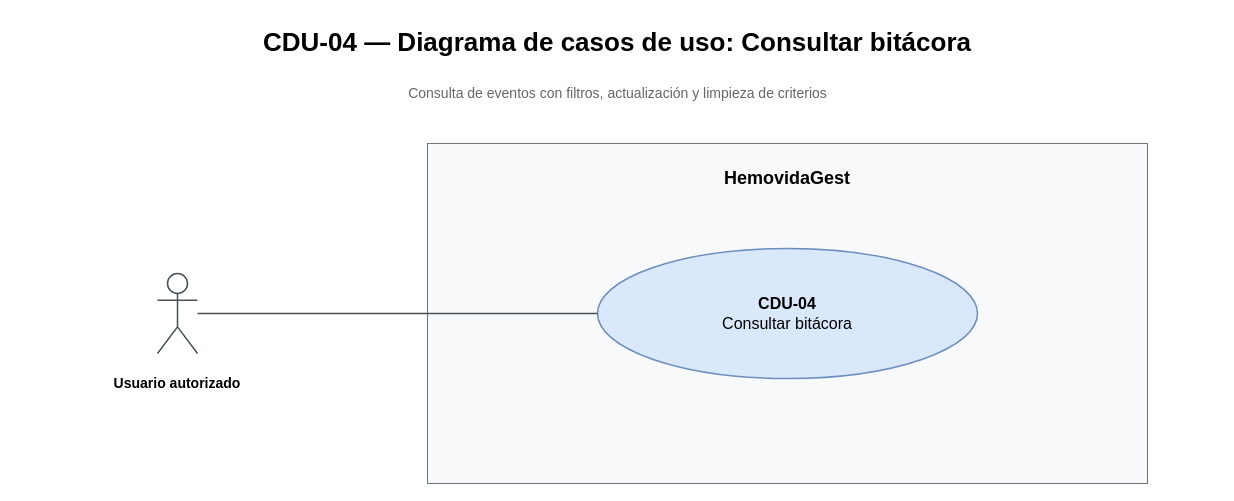
juanNH/Ingenieria-de-Software keeps this draw.io diagram as Diagramas/Casos de Uso/T06a - CDU-04 - Consultar bitácora - Casos de uso.drawio. Above is the earlier version. Source tidied: cells renumbered, new cells numbered last; positions are measured from the earlier drawing's top-left corner, leaving out a move shared by most shapes. Both pictures are drawn from the tidied source at 100%, with x=0, y=0 at pixel (17, 17).
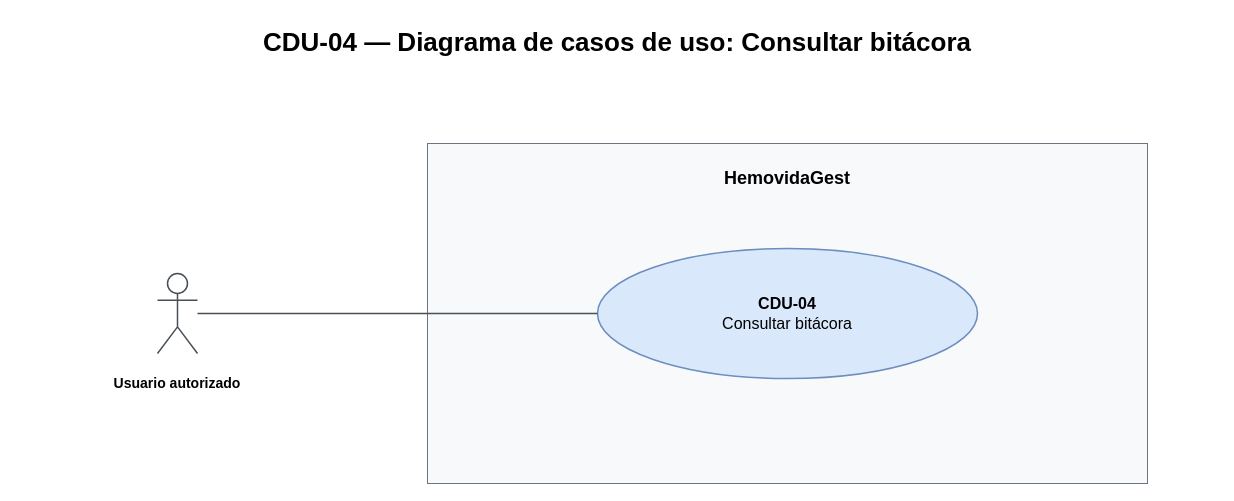
Above is the later version.

Change to the diagram source:
```diff
@@
 <mxGraphModel>
   <root>
     <mxCell id="0" />
     <mxCell id="1" parent="0" />
     <mxCell id="2" value="&lt;b&gt;HemovidaGest&lt;/b&gt;" style="rounded=0;whiteSpace=wrap;html=1;fillColor=#f8f9fa;strokeColor=#6c757d;verticalAlign=top;spacingTop=18;fontSize=18;fontFamily=Arial;" parent="1" vertex="1">
       <mxGeometry x="410" y="126" width="720" height="340" as="geometry" />
     </mxCell>
     <mxCell id="3" value="CDU-04 — Diagrama de casos de uso: Consultar bitácora" style="text;html=1;whiteSpace=wrap;strokeColor=none;fillColor=none;fontFamily=Arial;fontSize=26;fontStyle=1;align=center;verticalAlign=middle;" parent="1" vertex="1">
       <mxGeometry width="1200" height="50" as="geometry" />
     </mxCell>
-    <mxCell id="4" value="Consulta de eventos con filtros, actualización y limpieza de criterios" style="text;html=1;strokeColor=none;fillColor=none;fontSize=14;align=center;verticalAlign=middle;fontColor=#666666;fontFamily=Arial;" parent="1" vertex="1">
-      <mxGeometry x="40" y="60" width="1120" height="32" as="geometry" />
-    </mxCell>
     <mxCell id="5" value="&lt;b&gt;CDU-04&lt;/b&gt;&lt;br&gt;Consultar bitácora" style="ellipse;whiteSpace=wrap;html=1;fillColor=#dae8fc;strokeColor=#6c8ebf;strokeWidth=1.5;fontSize=16;fontFamily=Arial;align=center;verticalAlign=middle;" parent="1" vertex="1">
       <mxGeometry x="580" y="231" width="380" height="130" as="geometry" />
     </mxCell>
     <mxCell id="6" style="shape=umlActor;html=1;fillColor=#ffffff;strokeColor=#495057;strokeWidth=1.5;" parent="1" vertex="1">
       <mxGeometry x="140" y="256" width="40" height="80" as="geometry" />
     </mxCell>
     <mxCell id="7" value="&lt;b&gt;Usuario autorizado&lt;/b&gt;" style="text;html=1;strokeColor=none;fillColor=none;fontSize=14;fontFamily=Arial;align=center;verticalAlign=top;whiteSpace=wrap;" parent="1" vertex="1">
       <mxGeometry x="20" y="351" width="280" height="66" as="geometry" />
     </mxCell>
     <mxCell id="8" style="rounded=0;html=1;endArrow=none;startArrow=none;strokeColor=#495057;strokeWidth=1.5;exitX=1;exitY=0.5;entryX=0;entryY=0.5;" parent="1" edge="1" source="6" target="5">
       <mxGeometry relative="1" as="geometry" />
     </mxCell>
   </root>
 </mxGraphModel>
```
